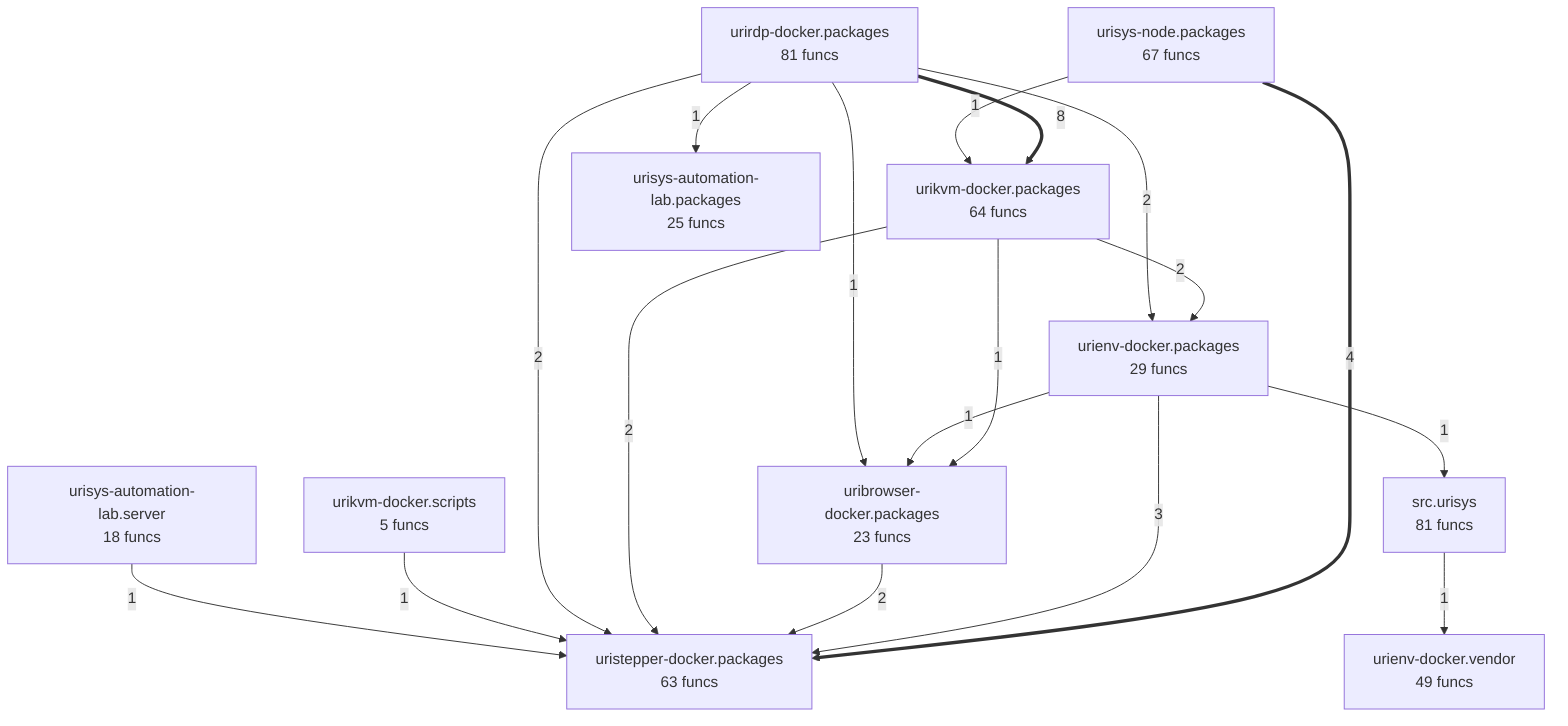
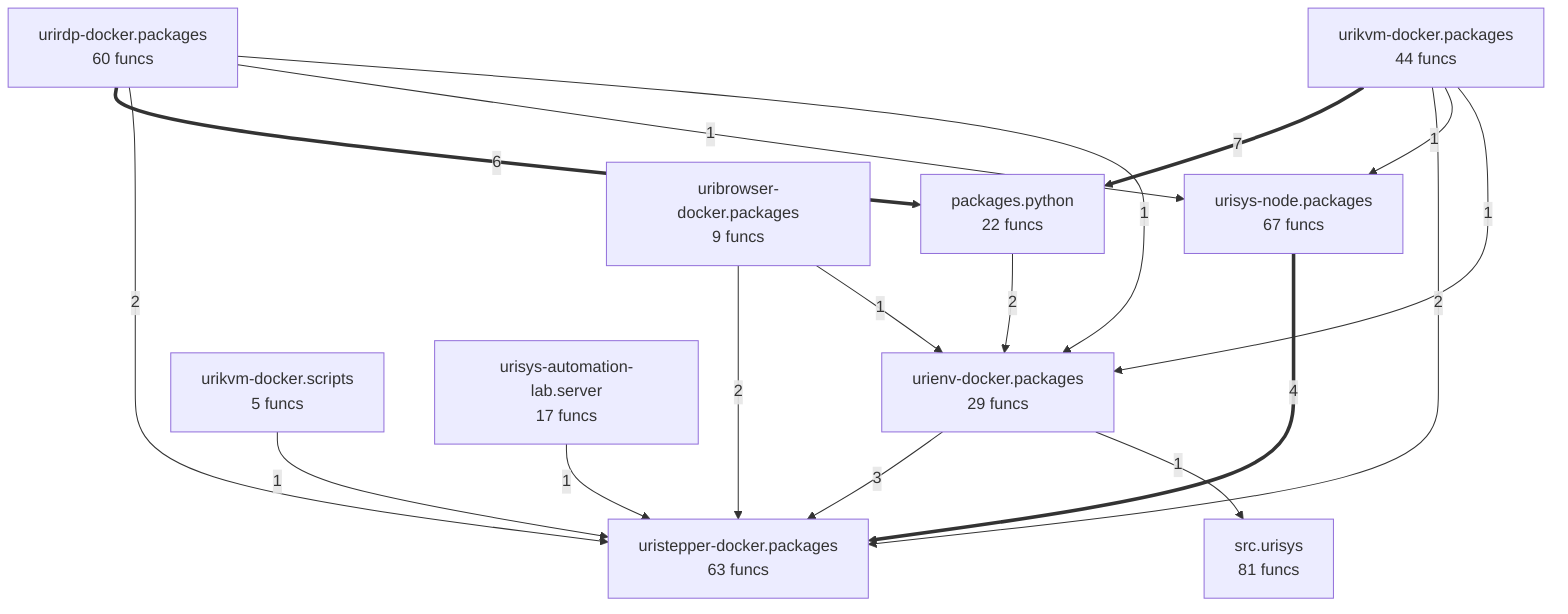
flowchart TD
%% generated in 0.01s
+     packages__python["packages.python<br/>22 funcs"]
    src__urisys["src.urisys<br/>81 funcs"]
-     uribrowser_docker__packages["uribrowser-docker.packages<br/>23 funcs"]
+     uribrowser_docker__packages["uribrowser-docker.packages<br/>9 funcs"]
    urienv_docker__packages["urienv-docker.packages<br/>29 funcs"]
-     urienv_docker__vendor["urienv-docker.vendor<br/>49 funcs"]
-     urikvm_docker__packages["urikvm-docker.packages<br/>64 funcs"]
+     urikvm_docker__packages["urikvm-docker.packages<br/>44 funcs"]
    urikvm_docker__scripts["urikvm-docker.scripts<br/>5 funcs"]
-     urirdp_docker__packages["urirdp-docker.packages<br/>81 funcs"]
+     urirdp_docker__packages["urirdp-docker.packages<br/>60 funcs"]
    uristepper_docker__packages["uristepper-docker.packages<br/>63 funcs"]
-     urisys_automation_lab__packages["urisys-automation-lab.packages<br/>25 funcs"]
-     urisys_automation_lab__server["urisys-automation-lab.server<br/>18 funcs"]
+     urisys_automation_lab__server["urisys-automation-lab.server<br/>17 funcs"]
    urisys_node__packages["urisys-node.packages<br/>67 funcs"]
-     urirdp_docker__packages ==>|8| urikvm_docker__packages
+     urikvm_docker__packages ==>|7| packages__python
+     urirdp_docker__packages ==>|6| packages__python
    urisys_node__packages ==>|4| uristepper_docker__packages
    urienv_docker__packages -->|3| uristepper_docker__packages
+     urirdp_docker__packages -->|2| uristepper_docker__packages
    uribrowser_docker__packages -->|2| uristepper_docker__packages
    urikvm_docker__packages -->|2| uristepper_docker__packages
-     urikvm_docker__packages -->|2| urienv_docker__packages
-     urirdp_docker__packages -->|2| uristepper_docker__packages
-     urirdp_docker__packages -->|2| urienv_docker__packages
-     src__urisys -->|1| urienv_docker__vendor
-     urikvm_docker__packages -->|1| uribrowser_docker__packages
+     packages__python -->|2| urienv_docker__packages
+     urirdp_docker__packages -->|1| urisys_node__packages
+     urirdp_docker__packages -->|1| urienv_docker__packages
+     uribrowser_docker__packages -->|1| urienv_docker__packages
+     urikvm_docker__packages -->|1| urisys_node__packages
+     urikvm_docker__packages -->|1| urienv_docker__packages
    urikvm_docker__scripts -->|1| uristepper_docker__packages
    urienv_docker__packages -->|1| src__urisys
-     urienv_docker__packages -->|1| uribrowser_docker__packages
-     urisys_node__packages -->|1| urikvm_docker__packages
-     urirdp_docker__packages -->|1| uribrowser_docker__packages
    urisys_automation_lab__server -->|1| uristepper_docker__packages
-     urirdp_docker__packages -->|1| urisys_automation_lab__packages
